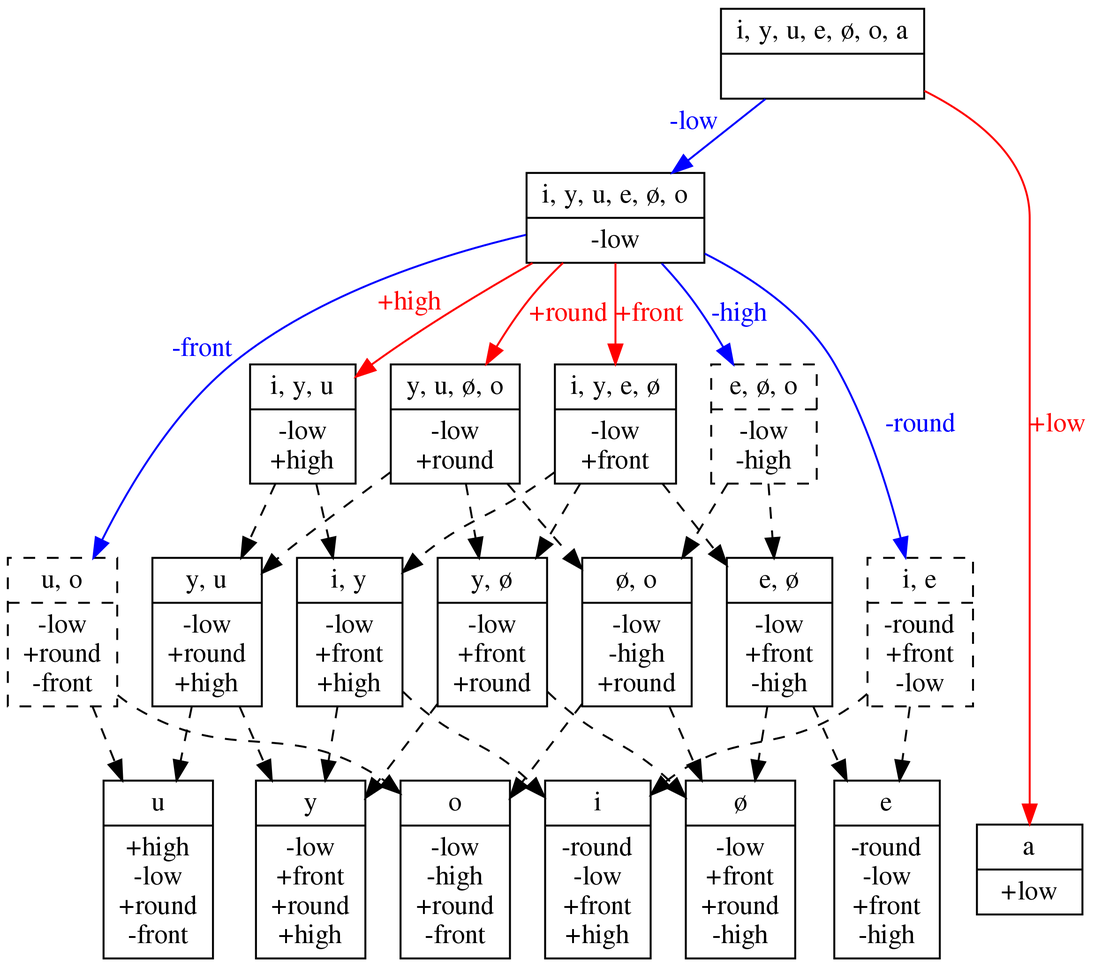
Earlier version of the Graphviz export squib/diagrams/vowel_inventory_ic_FEATURAL.png (rdaland/Pheatures). Its source is kept beside it as squib/diagrams/vowel_inventory_ic_FEATURAL.gv.
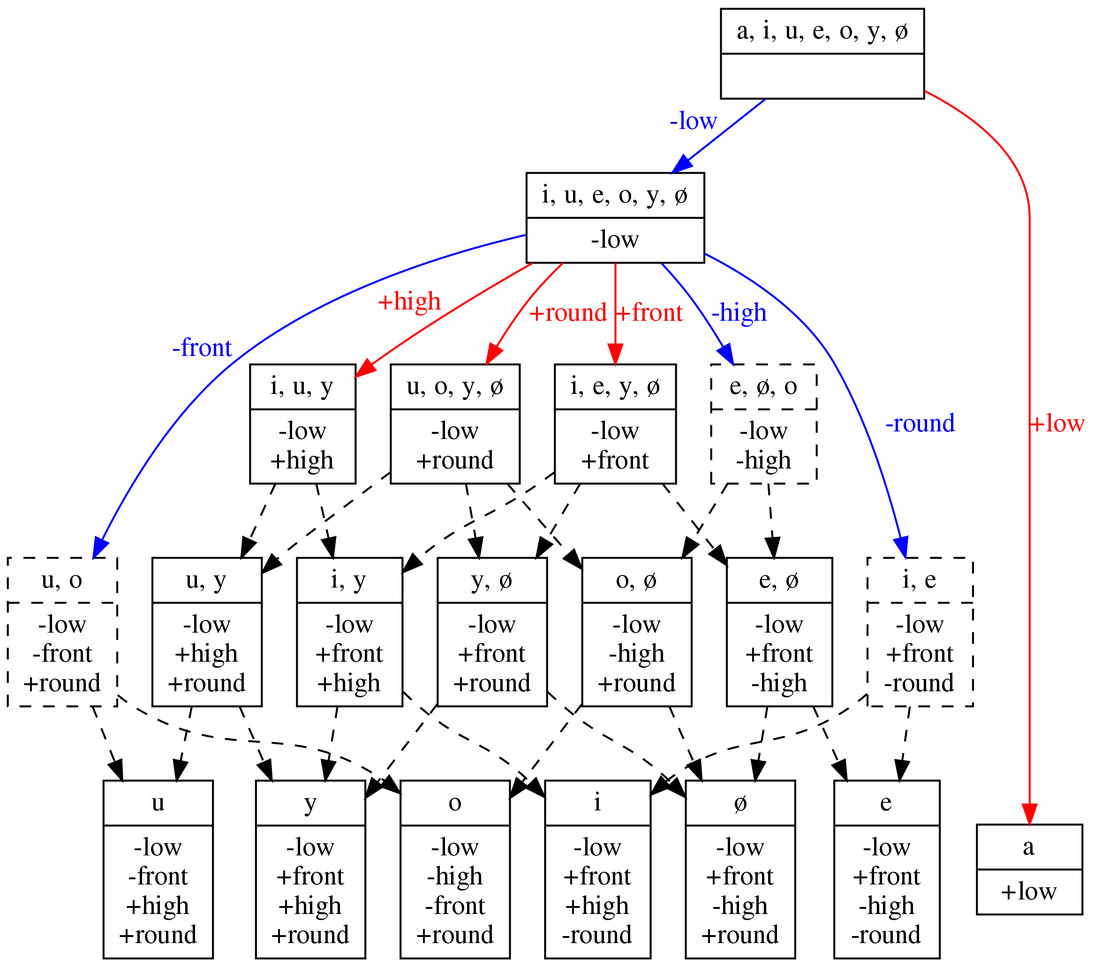
After the change.

Diff of the diagram source:
```diff
@@ -1,25 +1,25 @@
 digraph {
 	graph [ dpi = 300 ];
-	0 [label="{<segs> i, y, u, e, ø, o, a |<feats>  }",shape=record]
-	1 [label="{<segs> i, y, u, e, ø, o |<feats> -low }",shape=record]
-	2 [label="{<segs> i, y, e, ø |<feats> -low\n+front }",shape=record]
-	3 [label="{<segs> y, u, ø, o |<feats> -low\n+round }",shape=record]
-	4 [label="{<segs> i, y, u |<feats> -low\n+high }",shape=record]
-	5 [label="{<segs> i |<feats> -round\n-low\n+front\n+high }",shape=record]
-	6 [label="{<segs> y |<feats> -low\n+front\n+round\n+high }",shape=record]
-	7 [label="{<segs> u |<feats> +high\n-low\n+round\n-front }",shape=record]
-	8 [label="{<segs> e |<feats> -round\n-low\n+front\n-high }",shape=record]
-	9 [label="{<segs> ø |<feats> -low\n+front\n+round\n-high }",shape=record]
-	10 [label="{<segs> o |<feats> -low\n-high\n+round\n-front }",shape=record]
+	0 [label="{<segs> a, i, u, e, o, y, ø |<feats>  }",shape=record]
+	1 [label="{<segs> i, u, e, o, y, ø |<feats> -low }",shape=record]
+	2 [label="{<segs> i, e, y, ø |<feats> -low\n+front }",shape=record]
+	3 [label="{<segs> u, o, y, ø |<feats> -low\n+round }",shape=record]
+	4 [label="{<segs> i, u, y |<feats> -low\n+high }",shape=record]
+	5 [label="{<segs> i |<feats> -low\n+front\n+high\n-round }",shape=record]
+	6 [label="{<segs> y |<feats> -low\n+front\n+high\n+round }",shape=record]
+	7 [label="{<segs> u |<feats> -low\n-front\n+high\n+round }",shape=record]
+	8 [label="{<segs> e |<feats> -low\n+front\n-high\n-round }",shape=record]
+	9 [label="{<segs> ø |<feats> -low\n+front\n-high\n+round }",shape=record]
+	10 [label="{<segs> o |<feats> -low\n-high\n-front\n+round }",shape=record]
 	11 [label="{<segs> a |<feats> +low }",shape=record]
 	12 [label="{<segs> y, ø |<feats> -low\n+front\n+round }",shape=record]
 	13 [label="{<segs> i, y |<feats> -low\n+front\n+high }",shape=record]
-	14 [label="{<segs> y, u |<feats> -low\n+round\n+high }",shape=record]
-	15 [label="{<segs> u, o |<feats> -low\n+round\n-front }",shape=record,style=dashed]
-	16 [label="{<segs> i, e |<feats> -round\n+front\n-low }",shape=record,style=dashed]
+	14 [label="{<segs> u, y |<feats> -low\n+high\n+round }",shape=record]
+	15 [label="{<segs> u, o |<feats> -low\n-front\n+round }",shape=record,style=dashed]
+	16 [label="{<segs> i, e |<feats> -low\n+front\n-round }",shape=record,style=dashed]
 	17 [label="{<segs> e, ø, o |<feats> -low\n-high }",shape=record,style=dashed]
 	18 [label="{<segs> e, ø |<feats> -low\n+front\n-high }",shape=record]
-	19 [label="{<segs> ø, o |<feats> -low\n-high\n+round }",shape=record]
+	19 [label="{<segs> o, ø |<feats> -low\n-high\n+round }",shape=record]
 
 	0 -> 1 [xlabel="-low",fontcolor=blue,color=blue]
 	0 -> 11	[label="+low",fontcolor=red,color=red]
```
